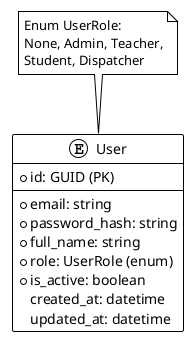
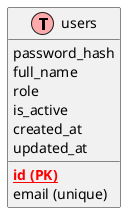
@startuml
- !theme plain
+ !define table(x) class x << (T,#FFAAAA) >>
+ !define primary_key(x) <color:red><b><u>x</u></b></color>
+ !define column(x) <color:black>x</color>

- ' Сущность User — пользователь системы
- entity "User" {
-   * id: GUID (PK)
-   --
-   * email: string
-   * password_hash: string
-   * full_name: string
-   * role: UserRole (enum)
-   * is_active: boolean
-   created_at: datetime
-   updated_at: datetime
+ table(users) {
+   <color:red><b><u>id (PK)</u></b></color>
+   email (unique)
+   password_hash
+   full_name
+   role
+   is_active
+   created_at
+   updated_at
}
- 
- note top of User
-   Enum UserRole:
-   None, Admin, Teacher,
-   Student, Dispatcher
- end note
@enduml
